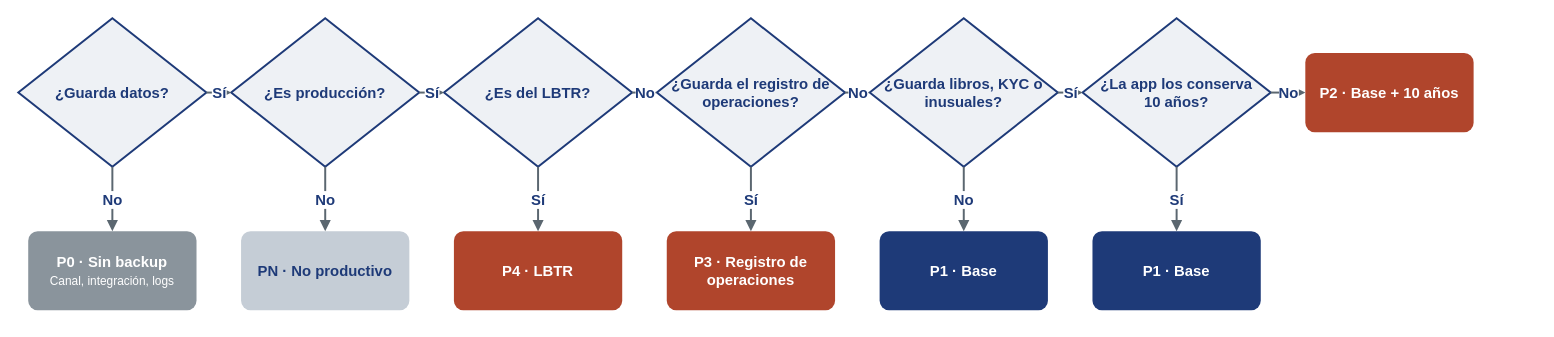
KickWaveLabs/cloud-reporting keeps this draw.io diagram as backup/docs/diagrams/backup-decision-tree.drawio. Above is the earlier version. Source tidied: cells renumbered, new cells numbered last; positions are measured from the earlier drawing's top-left corner, leaving out a move shared by most shapes. Both pictures are drawn from the tidied source at 99%, with x=0, y=0 at pixel (18, 18).
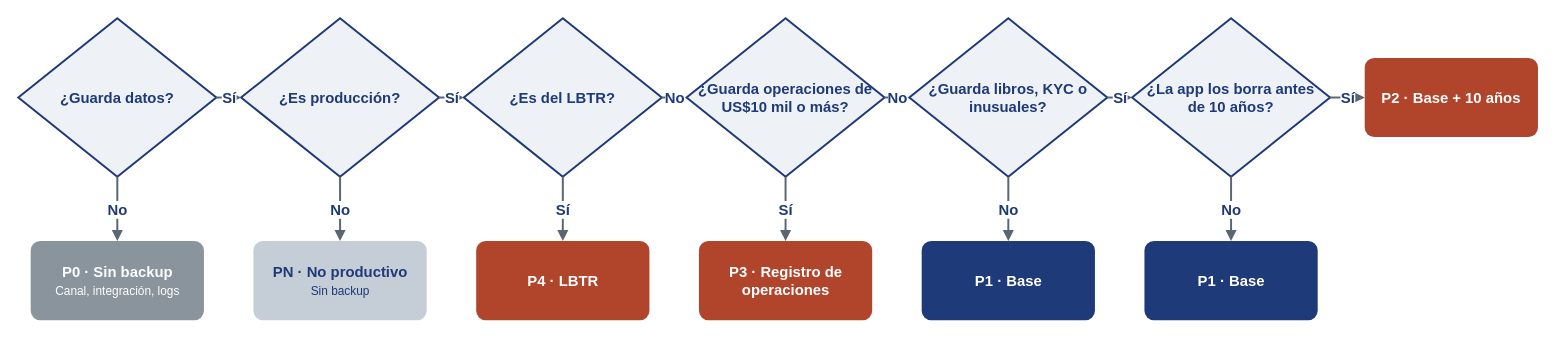
After the change.

Commit message (it also covers changes not shown here):
Clarify the decision tree, add a glossary, no backup outside production and one cost column

What changed in the source:
```diff
@@
     <mxCell id="2" value="¿Guarda datos?" style="rhombus;whiteSpace=wrap;html=1;fillColor=#EEF1F5;strokeColor=#1E3A78;strokeWidth=2;fontFamily=Arial;fontSize=15;fontColor=#1E3A78;fontStyle=1;spacing=10;" parent="1" vertex="1">
-      <mxGeometry width="190" height="150" as="geometry" />
+      <mxGeometry width="200" height="160" as="geometry" />
     </mxCell>
     <mxCell id="3" value="¿Es producción?" style="rhombus;whiteSpace=wrap;html=1;fillColor=#EEF1F5;strokeColor=#1E3A78;strokeWidth=2;fontFamily=Arial;fontSize=15;fontColor=#1E3A78;fontStyle=1;spacing=10;" parent="1" vertex="1">
-      <mxGeometry x="215" width="190" height="150" as="geometry" />
+      <mxGeometry x="225" width="200" height="160" as="geometry" />
     </mxCell>
     <mxCell id="4" value="¿Es del LBTR?" style="rhombus;whiteSpace=wrap;html=1;fillColor=#EEF1F5;strokeColor=#1E3A78;strokeWidth=2;fontFamily=Arial;fontSize=15;fontColor=#1E3A78;fontStyle=1;spacing=10;" parent="1" vertex="1">
-      <mxGeometry x="430" width="190" height="150" as="geometry" />
+      <mxGeometry x="450" width="200" height="160" as="geometry" />
     </mxCell>
-    <mxCell id="5" value="¿Guarda el registro de operaciones?" style="rhombus;whiteSpace=wrap;html=1;fillColor=#EEF1F5;strokeColor=#1E3A78;strokeWidth=2;fontFamily=Arial;fontSize=15;fontColor=#1E3A78;fontStyle=1;spacing=10;" parent="1" vertex="1">
-      <mxGeometry x="645" width="190" height="150" as="geometry" />
+    <mxCell id="5" value="¿Guarda operaciones de US$10 mil o más?" style="rhombus;whiteSpace=wrap;html=1;fillColor=#EEF1F5;strokeColor=#1E3A78;strokeWidth=2;fontFamily=Arial;fontSize=15;fontColor=#1E3A78;fontStyle=1;spacing=10;" parent="1" vertex="1">
+      <mxGeometry x="675" width="200" height="160" as="geometry" />
     </mxCell>
     <mxCell id="6" value="¿Guarda libros, KYC o inusuales?" style="rhombus;whiteSpace=wrap;html=1;fillColor=#EEF1F5;strokeColor=#1E3A78;strokeWidth=2;fontFamily=Arial;fontSize=15;fontColor=#1E3A78;fontStyle=1;spacing=10;" parent="1" vertex="1">
-      <mxGeometry x="860" width="190" height="150" as="geometry" />
+      <mxGeometry x="900" width="200" height="160" as="geometry" />
     </mxCell>
-    <mxCell id="7" value="¿La app los conserva 10 años?" style="rhombus;whiteSpace=wrap;html=1;fillColor=#EEF1F5;strokeColor=#1E3A78;strokeWidth=2;fontFamily=Arial;fontSize=15;fontColor=#1E3A78;fontStyle=1;spacing=10;" parent="1" vertex="1">
-      <mxGeometry x="1075" width="190" height="150" as="geometry" />
+    <mxCell id="7" value="¿La app los borra antes de 10 años?" style="rhombus;whiteSpace=wrap;html=1;fillColor=#EEF1F5;strokeColor=#1E3A78;strokeWidth=2;fontFamily=Arial;fontSize=15;fontColor=#1E3A78;fontStyle=1;spacing=10;" parent="1" vertex="1">
+      <mxGeometry x="1125" width="200" height="160" as="geometry" />
     </mxCell>
     <mxCell id="8" value="&lt;b&gt;P0 · Sin backup&lt;/b&gt;&lt;br&gt;&lt;span style='font-size:12px'&gt;Canal, integración, logs&lt;/span&gt;" style="rounded=1;whiteSpace=wrap;html=1;fillColor=#8A949C;strokeColor=none;fontFamily=Arial;fontSize=15;fontColor=#FFFFFF;arcSize=12;spacing=4;" parent="1" vertex="1">
-      <mxGeometry x="10" y="215" width="170" height="80" as="geometry" />
+      <mxGeometry x="12.5" y="225" width="175" height="80" as="geometry" />
     </mxCell>
-    <mxCell id="9" value="&lt;b&gt;PN · No productivo&lt;/b&gt;" style="rounded=1;whiteSpace=wrap;html=1;fillColor=#C5CDD6;strokeColor=none;fontFamily=Arial;fontSize=15;fontColor=#1E3A78;arcSize=12;spacing=4;" parent="1" vertex="1">
-      <mxGeometry x="225" y="215" width="170" height="80" as="geometry" />
+    <mxCell id="9" value="&lt;b&gt;PN · No productivo&lt;/b&gt;&lt;br&gt;&lt;span style='font-size:12px'&gt;Sin backup&lt;/span&gt;" style="rounded=1;whiteSpace=wrap;html=1;fillColor=#C5CDD6;strokeColor=none;fontFamily=Arial;fontSize=15;fontColor=#1E3A78;arcSize=12;spacing=4;" parent="1" vertex="1">
+      <mxGeometry x="237.5" y="225" width="175" height="80" as="geometry" />
     </mxCell>
     <mxCell id="10" value="&lt;b&gt;P4 · LBTR&lt;/b&gt;" style="rounded=1;whiteSpace=wrap;html=1;fillColor=#B0452C;strokeColor=none;fontFamily=Arial;fontSize=15;fontColor=#FFFFFF;arcSize=12;spacing=4;" parent="1" vertex="1">
-      <mxGeometry x="440" y="215" width="170" height="80" as="geometry" />
+      <mxGeometry x="462.5" y="225" width="175" height="80" as="geometry" />
     </mxCell>
     <mxCell id="11" value="&lt;b&gt;P3 · Registro de operaciones&lt;/b&gt;" style="rounded=1;whiteSpace=wrap;html=1;fillColor=#B0452C;strokeColor=none;fontFamily=Arial;fontSize=15;fontColor=#FFFFFF;arcSize=12;spacing=4;" parent="1" vertex="1">
-      <mxGeometry x="655" y="215" width="170" height="80" as="geometry" />
+      <mxGeometry x="687.5" y="225" width="175" height="80" as="geometry" />
     </mxCell>
     <mxCell id="12" value="&lt;b&gt;P1 · Base&lt;/b&gt;" style="rounded=1;whiteSpace=wrap;html=1;fillColor=#1E3A78;strokeColor=none;fontFamily=Arial;fontSize=15;fontColor=#FFFFFF;arcSize=12;spacing=4;" parent="1" vertex="1">
-      <mxGeometry x="870" y="215" width="170" height="80" as="geometry" />
+      <mxGeometry x="912.5" y="225" width="175" height="80" as="geometry" />
     </mxCell>
     <mxCell id="13" value="&lt;b&gt;P1 · Base&lt;/b&gt;" style="rounded=1;whiteSpace=wrap;html=1;fillColor=#1E3A78;strokeColor=none;fontFamily=Arial;fontSize=15;fontColor=#FFFFFF;arcSize=12;spacing=4;" parent="1" vertex="1">
-      <mxGeometry x="1085" y="215" width="170" height="80" as="geometry" />
+      <mxGeometry x="1137.5" y="225" width="175" height="80" as="geometry" />
     </mxCell>
     <mxCell id="14" value="&lt;b&gt;P2 · Base + 10 años&lt;/b&gt;" style="rounded=1;whiteSpace=wrap;html=1;fillColor=#B0452C;strokeColor=none;fontFamily=Arial;fontSize=15;fontColor=#FFFFFF;arcSize=12;spacing=4;" parent="1" vertex="1">
-      <mxGeometry x="1300" y="35" width="170" height="80" as="geometry" />
+      <mxGeometry x="1360" y="40" width="175" height="80" as="geometry" />
     </mxCell>
@@
-    <mxCell id="25" value="No" style="edgeStyle=orthogonalEdgeStyle;rounded=0;html=1;endArrow=block;endFill=1;strokeColor=#5B6770;strokeWidth=2;fontFamily=Arial;fontSize=15;fontStyle=1;fontColor=#1E3A78;labelBackgroundColor=#FFFFFF;exitX=1;exitY=0.5;entryX=0;entryY=0.5;" parent="1" edge="1" source="7" target="14">
+    <mxCell id="25" value="Sí" style="edgeStyle=orthogonalEdgeStyle;rounded=0;html=1;endArrow=block;endFill=1;strokeColor=#5B6770;strokeWidth=2;fontFamily=Arial;fontSize=15;fontStyle=1;fontColor=#1E3A78;labelBackgroundColor=#FFFFFF;exitX=1;exitY=0.5;entryX=0;entryY=0.5;" parent="1" edge="1" source="7" target="14">
       <mxGeometry relative="1" as="geometry" />
     </mxCell>
-    <mxCell id="26" value="Sí" style="edgeStyle=orthogonalEdgeStyle;rounded=0;html=1;endArrow=block;endFill=1;strokeColor=#5B6770;strokeWidth=2;fontFamily=Arial;fontSize=15;fontStyle=1;fontColor=#1E3A78;labelBackgroundColor=#FFFFFF;exitX=0.5;exitY=1;entryX=0.5;entryY=0;" parent="1" edge="1" source="7" target="13">
+    <mxCell id="26" value="No" style="edgeStyle=orthogonalEdgeStyle;rounded=0;html=1;endArrow=block;endFill=1;strokeColor=#5B6770;strokeWidth=2;fontFamily=Arial;fontSize=15;fontStyle=1;fontColor=#1E3A78;labelBackgroundColor=#FFFFFF;exitX=0.5;exitY=1;entryX=0.5;entryY=0;" parent="1" edge="1" source="7" target="13">
       <mxGeometry relative="1" as="geometry" />
     </mxCell>
```
